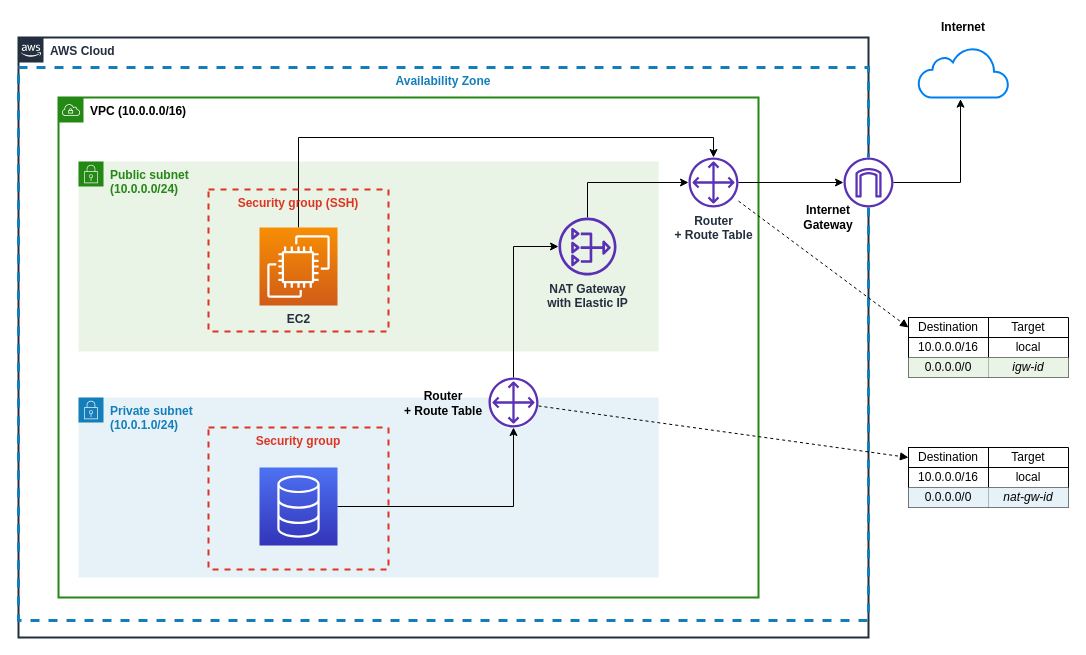
Above: image/diagram.drawio in mlincon/terraform-aws-public-private-subnet (draw.io), before the change. Source tidied: cells renumbered, new cells numbered last; positions are measured from the earlier drawing's top-left corner, leaving out a move shared by most shapes. Both pictures are drawn from the tidied source at 100%, with x=0, y=0 at pixel (18, 17).
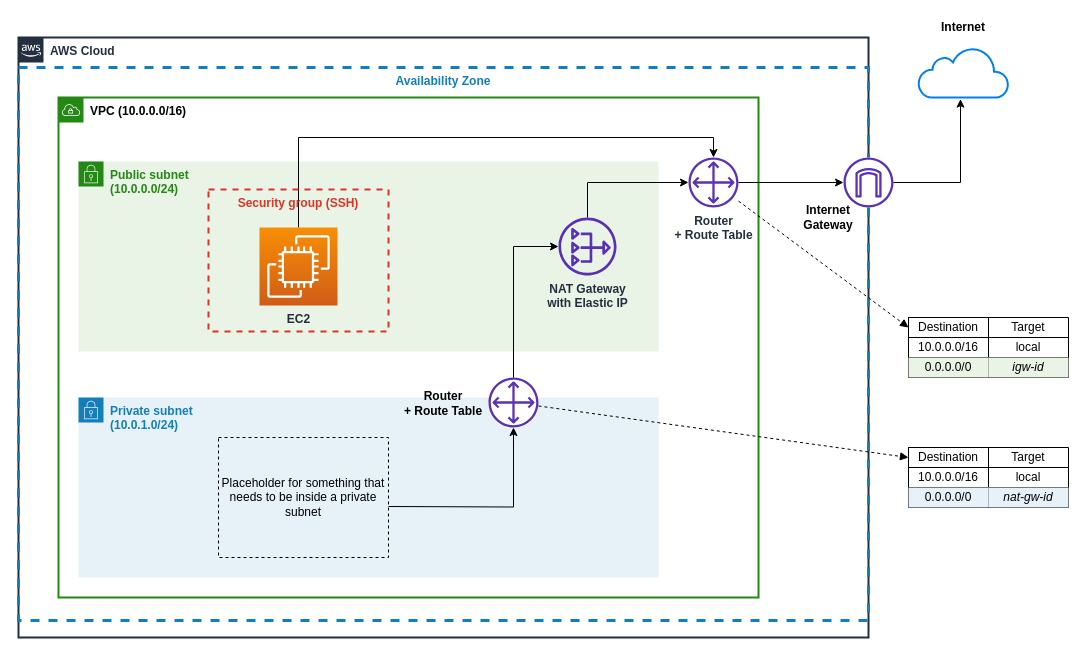
After the change.

Unchanged cells that the change refers to:
```xml
<mxCell id="14" style="outlineConnect=0;fontColor=#232F3E;fillColor=#5A30B5;strokeColor=none;dashed=0;verticalLabelPosition=bottom;verticalAlign=top;align=center;html=1;fontSize=12;fontStyle=0;shape=mxgraph.aws4.customer_gateway;sketch=0;shadow=0;" parent="12" vertex="1">
  <mxGeometry width="50" height="50" as="geometry" />
</mxCell>
```

Diff of the diagram source:
```diff
@@
-    <mxCell id="11" value="Security group" style="fillColor=none;strokeColor=#DD3522;verticalAlign=top;fontStyle=1;fontColor=#DD3522;shadow=0;dashed=1;sketch=0;strokeWidth=2;" parent="1" vertex="1">
-      <mxGeometry x="190" y="410" width="180" height="142" as="geometry" />
-    </mxCell>
@@
-    <mxCell id="23" style="edgeStyle=orthogonalEdgeStyle;rounded=0;jettySize=auto;html=1;" parent="1" edge="1" source="24" target="14">
-      <mxGeometry relative="1" as="geometry" />
+    <mxCell id="23" style="edgeStyle=orthogonalEdgeStyle;rounded=0;jettySize=auto;html=1;" parent="1" edge="1" target="14">
+      <mxGeometry relative="1" as="geometry">
+        <mxPoint x="370" y="489" as="sourcePoint" />
+      </mxGeometry>
     </mxCell>
-    <mxCell id="24" style="outlineConnect=0;fontColor=#232F3E;gradientColor=#4D72F3;gradientDirection=north;fillColor=#3334B9;strokeColor=#ffffff;dashed=0;verticalLabelPosition=bottom;verticalAlign=top;align=center;html=1;fontSize=12;fontStyle=0;shape=mxgraph.aws4.resourceIcon;resIcon=mxgraph.aws4.database;shadow=0;sketch=0;" parent="1" vertex="1">
-      <mxGeometry x="241" y="450" width="78" height="78" as="geometry" />
-    </mxCell>
@@
+    <mxCell id="53" value="Placeholder for something that needs to be inside a private subnet" style="rounded=0;whiteSpace=wrap;html=1;fillColor=none;dashed=1;" parent="1" vertex="1">
+      <mxGeometry x="200" y="420" width="170" height="120" as="geometry" />
+    </mxCell>
```
